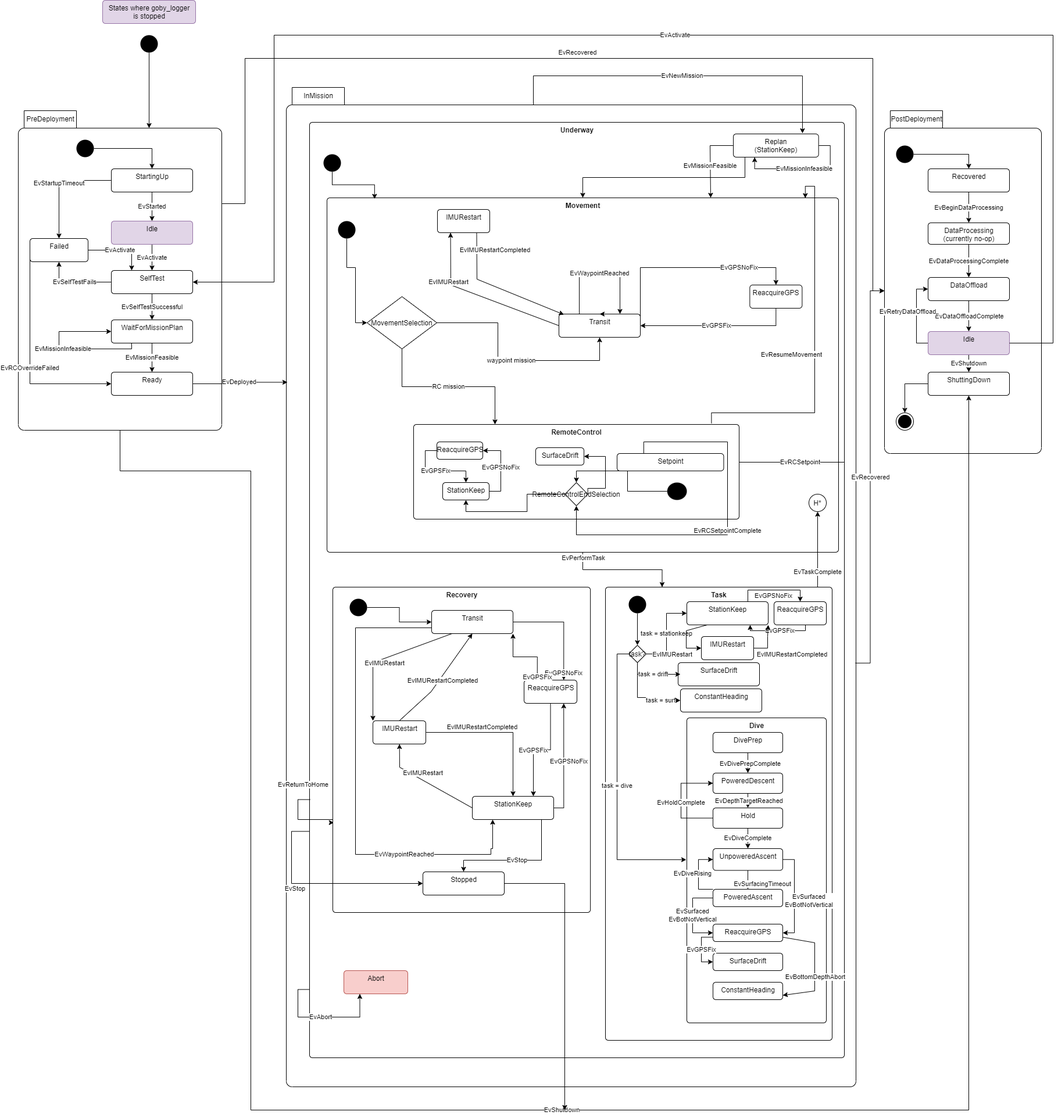
This is src/doc/figures/mission-states.png from jaiarobotics/jaiabot, a draw.io export, as it was before one commit. Source tidied: cells renumbered, new cells last; positions are measured from the earlier drawing's top-left corner, leaving out a move shared by most shapes.
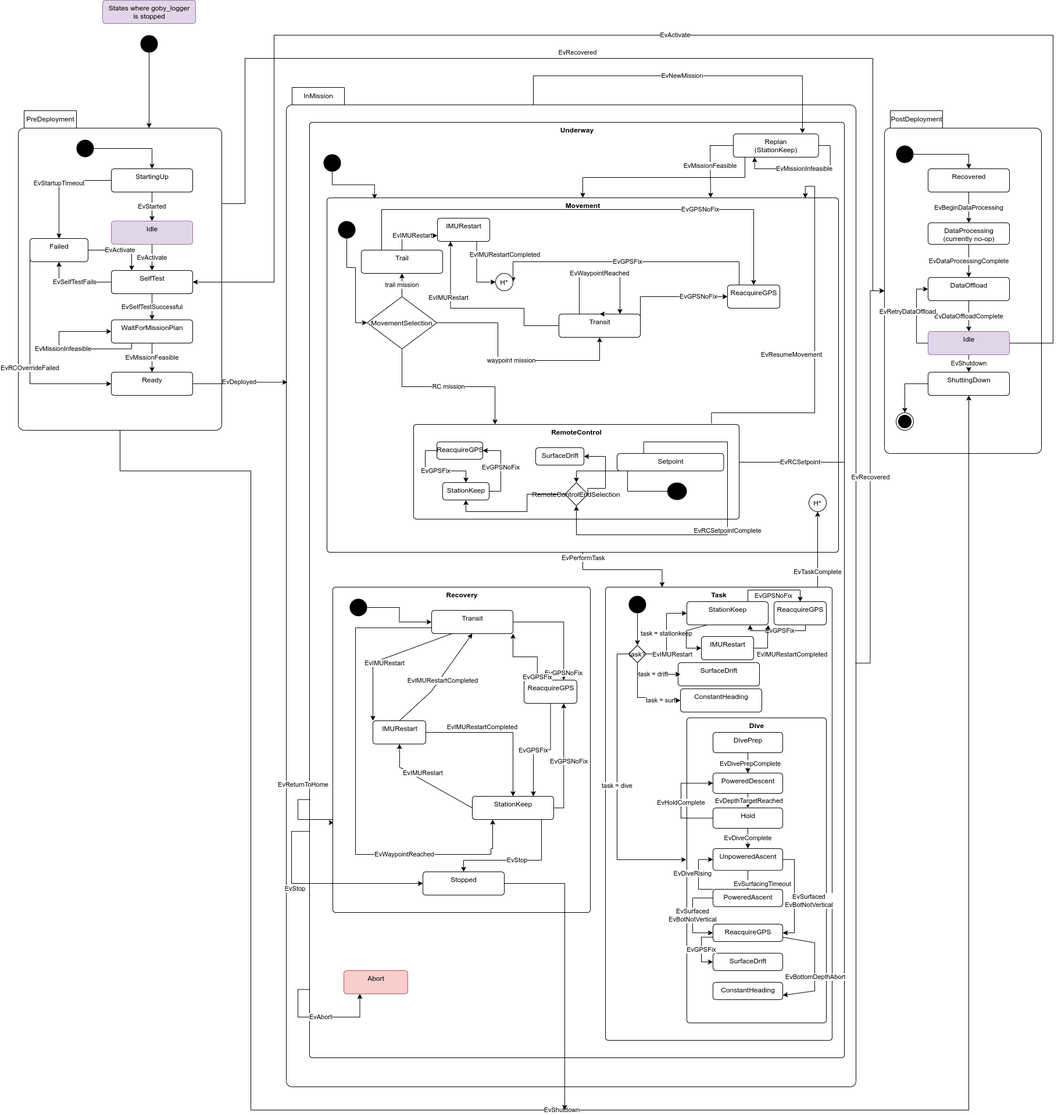
Above is the later version.

Change to the diagram source:
```diff
@@ -432,18 +432,23 @@
       </mxGeometry>
     </mxCell>
     <mxCell id="101" value="ReacquireGPS" style="html=1;align=center;verticalAlign=top;rounded=1;absoluteArcSize=1;arcSize=10;dashed=0;" parent="38" vertex="1">
-      <mxGeometry x="567.3" y="240" width="90" height="40" as="geometry" />
+      <mxGeometry x="529" y="240" width="90" height="40" as="geometry" />
     </mxCell>
-    <mxCell id="102" value="EvGPSNoFix" style="edgeStyle=orthogonalEdgeStyle;rounded=0;jettySize=auto;html=1;exitX=1;exitY=0.25;exitDx=0;exitDy=0;entryX=0.5;entryY=0;entryDx=0;entryDy=0;" parent="38" edge="1" source="44" target="101">
+    <mxCell id="102" value="EvGPSNoFix" style="edgeStyle=orthogonalEdgeStyle;rounded=0;jettySize=auto;html=1;exitX=1;exitY=0.25;exitDx=0;exitDy=0;entryX=0;entryY=0.5;entryDx=0;entryDy=0;" parent="38" edge="1" source="44" target="101">
       <mxGeometry x="0.47" relative="1" as="geometry">
         <Array as="points">
-          <mxPoint x="379" y="210" />
-          <mxPoint x="612" y="210" />
+          <mxPoint x="379" y="260" />
         </Array>
       </mxGeometry>
     </mxCell>
-    <mxCell id="103" value="EvGPSFix" style="edgeStyle=orthogonalEdgeStyle;rounded=0;jettySize=auto;html=1;entryX=1;entryY=0.5;entryDx=0;entryDy=0;exitX=0.5;exitY=1;exitDx=0;exitDy=0;" parent="38" edge="1" source="101" target="44">
-      <mxGeometry relative="1" as="geometry" />
+    <mxCell id="103" value="EvGPSFix" style="edgeStyle=orthogonalEdgeStyle;rounded=0;jettySize=auto;html=1;entryX=1;entryY=0.5;entryDx=0;entryDy=0;" parent="38" edge="1" target="162">
+      <mxGeometry relative="1" as="geometry">
+        <mxPoint x="549" y="240" as="sourcePoint" />
+        <Array as="points">
+          <mxPoint x="549" y="200" />
+          <mxPoint x="160" y="200" />
+        </Array>
+      </mxGeometry>
     </mxCell>
     <mxCell id="104" value="ReacquireGPS" style="html=1;align=center;verticalAlign=top;rounded=1;absoluteArcSize=1;arcSize=10;dashed=0;" parent="38" vertex="1">
       <mxGeometry x="179" y="920" width="91" height="40" as="geometry" />
@@ -465,12 +470,14 @@
       <mxGeometry x="0.16" relative="1" as="geometry" />
     </mxCell>
     <mxCell id="109" value="IMURestart" style="html=1;align=center;verticalAlign=top;rounded=1;absoluteArcSize=1;arcSize=10;dashed=0;" parent="38" vertex="1">
-      <mxGeometry x="30" y="110" width="90" height="40" as="geometry" />
+      <mxGeometry x="30" y="125" width="90" height="40" as="geometry" />
     </mxCell>
-    <mxCell id="110" style="endArrow=classic;html=1;rounded=0;entryX=0.25;entryY=1;entryDx=0;entryDy=0;exitX=0;exitY=0.5;exitDx=0;exitDy=0;" parent="38" edge="1" source="44" target="109">
+    <mxCell id="110" style="endArrow=classic;html=1;rounded=0;entryX=0.25;entryY=1;entryDx=0;entryDy=0;edgeStyle=orthogonalEdgeStyle;exitX=0;exitY=0.5;exitDx=0;exitDy=0;" parent="38" edge="1" source="44" target="109">
       <mxGeometry relative="1" as="geometry">
         <Array as="points">
-          <mxPoint x="53" y="240" />
+          <mxPoint x="179" y="310" />
+          <mxPoint x="179" y="280" />
+          <mxPoint x="53" y="280" />
         </Array>
       </mxGeometry>
     </mxCell>
@@ -479,16 +486,12 @@
         <mxPoint x="-6" y="5" as="offset" />
       </mxGeometry>
     </mxCell>
-    <mxCell id="112" style="endArrow=classic;html=1;rounded=0;exitX=0.75;exitY=1;exitDx=0;exitDy=0;entryX=0.061;entryY=0.025;entryDx=0;entryDy=0;entryPerimeter=0;" parent="38" edge="1" source="109" target="44">
-      <mxGeometry relative="1" as="geometry">
-        <Array as="points">
-          <mxPoint x="98" y="230" />
-        </Array>
-      </mxGeometry>
+    <mxCell id="112" style="endArrow=classic;html=1;rounded=0;exitX=0.75;exitY=1;exitDx=0;exitDy=0;entryX=0;entryY=0.5;entryDx=0;entryDy=0;edgeStyle=orthogonalEdgeStyle;" parent="38" edge="1" source="109" target="162">
+      <mxGeometry relative="1" as="geometry" />
     </mxCell>
     <mxCell id="113" value="EvIMURestartCompleted" style="edgeLabel;html=1;align=center;verticalAlign=middle;" parent="112" vertex="1">
       <mxGeometry y="3" relative="1" as="geometry">
-        <mxPoint x="-9" y="-63" as="offset" />
+        <mxPoint x="45" y="-29" as="offset" />
       </mxGeometry>
     </mxCell>
     <mxCell id="114" value="IMURestart" style="html=1;align=center;verticalAlign=top;rounded=1;absoluteArcSize=1;arcSize=10;dashed=0;" parent="38" vertex="1">
@@ -618,6 +621,9 @@
     <mxCell id="139" style="ellipse;fillColor=#000000;strokeColor=none;" parent="38" vertex="1">
       <mxGeometry x="-141" y="130" width="30" height="30" as="geometry" />
     </mxCell>
+    <mxCell id="162" value="H*" style="ellipse;fillColor=#ffffff;strokeColor=#000000;" parent="38" vertex="1">
+      <mxGeometry x="130" y="220" width="30" height="30" as="geometry" />
+    </mxCell>
     <mxCell id="140" style="edgeStyle=orthogonalEdgeStyle;rounded=0;jettySize=auto;html=1;entryX=0;entryY=0;entryDx=225;entryDy=30;entryPerimeter=0;" parent="1" edge="1" source="141" target="19">
       <mxGeometry relative="1" as="geometry" />
     </mxCell>
@@ -729,5 +735,22 @@
         </Array>
       </mxGeometry>
     </mxCell>
+    <mxCell id="163" value="trail mission" style="edgeStyle=orthogonalEdgeStyle;rounded=0;jettySize=auto;html=1;exitX=0.5;exitY=0;exitDx=0;exitDy=0;entryX=0.5;entryY=1;entryDx=0;entryDy=0;" parent="1" edge="1" source="158" target="164">
+      <mxGeometry relative="1" as="geometry" />
+    </mxCell>
+    <mxCell id="164" value="Trail" style="html=1;align=center;verticalAlign=top;rounded=1;absoluteArcSize=1;arcSize=10;dashed=0;" parent="1" vertex="1">
+      <mxGeometry x="590" y="430" width="140" height="40" as="geometry" />
+    </mxCell>
+    <mxCell id="165" value="EvIMURestart" style="edgeStyle=orthogonalEdgeStyle;rounded=0;jettySize=auto;html=1;entryX=0;entryY=0.75;entryDx=0;entryDy=0;" parent="1" edge="1" source="164" target="109">
+      <mxGeometry relative="1" as="geometry" />
+    </mxCell>
+    <mxCell id="166" value="EvGPSNoFix" style="edgeStyle=orthogonalEdgeStyle;rounded=0;jettySize=auto;html=1;exitX=0.25;exitY=0;exitDx=0;exitDy=0;entryX=0.5;entryY=0;entryDx=0;entryDy=0;" parent="1" edge="1" source="164" target="101">
+      <mxGeometry x="0.47" relative="1" as="geometry">
+        <Array as="points">
+          <mxPoint x="625" y="360" />
+          <mxPoint x="1265" y="360" />
+        </Array>
+      </mxGeometry>
+    </mxCell>
   </root>
 </mxGraphModel>
```
